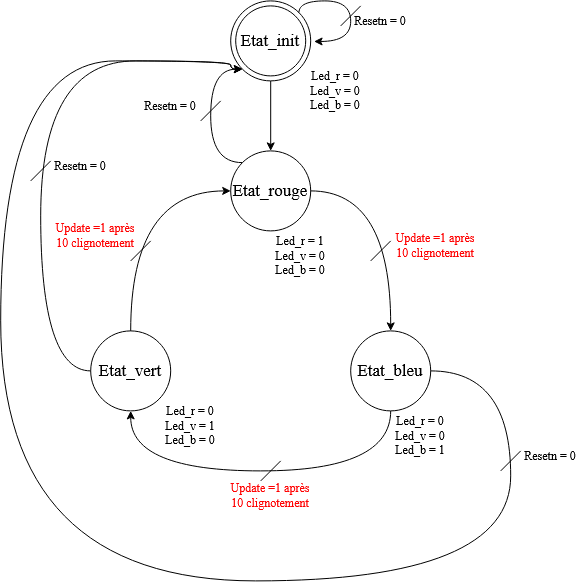
The draw.io diagram TP5_Cross_clock_domain/TP5_Machine_Etat.png in Chombac/POEI_FPGA_CC, before a commit. Source tidied: cells renumbered, new cells last; positions are measured from the earlier drawing's top-left corner, leaving out a move shared by most shapes. The source it was exported from:
```xml
<mxGraphModel>
  <root>
    <mxCell id="0" />
    <mxCell id="1" parent="0" />
    <mxCell id="2" style="edgeStyle=orthogonalEdgeStyle;rounded=0;jettySize=auto;html=1;exitX=0.5;exitY=1;exitDx=0;exitDy=0;" parent="1" edge="1" source="3" target="17">
      <mxGeometry relative="1" as="geometry" />
    </mxCell>
    <mxCell id="3" style="ellipse;whiteSpace=wrap;html=1;fontFamily=Times New Roman;fontSize=17;" parent="1" vertex="1">
      <mxGeometry x="230" width="80" height="80" as="geometry" />
    </mxCell>
    <mxCell id="4" style="ellipse;whiteSpace=wrap;html=1;fillColor=none;fontFamily=Times New Roman;fontSize=17;" parent="1" vertex="1">
      <mxGeometry x="235" y="5" width="70" height="70" as="geometry" />
    </mxCell>
    <mxCell id="5" style="edgeStyle=orthogonalEdgeStyle;rounded=0;jettySize=auto;html=1;entryX=0.5;entryY=1;entryDx=0;entryDy=0;curved=1;" parent="1" edge="1" source="7" target="14">
      <mxGeometry relative="1" as="geometry">
        <Array as="points">
          <mxPoint x="390" y="470" />
          <mxPoint x="130" y="470" />
        </Array>
      </mxGeometry>
    </mxCell>
    <mxCell id="6" style="edgeStyle=orthogonalEdgeStyle;rounded=0;jettySize=auto;html=1;exitX=1;exitY=0.5;exitDx=0;exitDy=0;entryX=0;entryY=1;entryDx=0;entryDy=0;curved=1;" parent="1" edge="1" source="7" target="3">
      <mxGeometry relative="1" as="geometry">
        <Array as="points">
          <mxPoint x="510" y="370" />
          <mxPoint x="510" y="580" />
          <mxPoint y="580" />
          <mxPoint y="60" />
          <mxPoint x="230" y="60" />
          <mxPoint x="230" y="68.3" />
        </Array>
      </mxGeometry>
    </mxCell>
    <mxCell id="7" style="ellipse;whiteSpace=wrap;html=1;fontFamily=Times New Roman;fontSize=17;" parent="1" vertex="1">
      <mxGeometry x="350" y="330" width="80" height="80" as="geometry" />
    </mxCell>
    <mxCell id="8" value="Etat_init" style="text;html=1;whiteSpace=wrap;strokeColor=none;fillColor=none;align=center;verticalAlign=middle;rounded=0;fontFamily=Times New Roman;fontSize=17;" parent="1" vertex="1">
      <mxGeometry x="240" y="25" width="60" height="30" as="geometry" />
    </mxCell>
    <mxCell id="9" value="Etat_bleu" style="text;html=1;whiteSpace=wrap;strokeColor=none;fillColor=none;align=center;verticalAlign=middle;rounded=0;fontFamily=Times New Roman;fontSize=17;" parent="1" vertex="1">
      <mxGeometry x="360" y="355" width="60" height="30" as="geometry" />
    </mxCell>
    <mxCell id="10" style="edgeStyle=orthogonalEdgeStyle;rounded=0;jettySize=auto;html=1;exitX=0.5;exitY=0;exitDx=0;exitDy=0;entryX=0;entryY=0.5;entryDx=0;entryDy=0;strokeColor=none;curved=1;" parent="1" edge="1" source="14" target="3">
      <mxGeometry relative="1" as="geometry" />
    </mxCell>
    <mxCell id="11" style="edgeStyle=orthogonalEdgeStyle;rounded=0;jettySize=auto;html=1;entryX=0;entryY=0.5;entryDx=0;entryDy=0;strokeColor=none;curved=1;" parent="1" edge="1" source="14" target="17">
      <mxGeometry relative="1" as="geometry">
        <Array as="points">
          <mxPoint x="130" y="190" />
        </Array>
      </mxGeometry>
    </mxCell>
    <mxCell id="12" style="edgeStyle=orthogonalEdgeStyle;rounded=0;jettySize=auto;html=1;entryX=0;entryY=0.5;entryDx=0;entryDy=0;curved=1;" parent="1" edge="1" source="14" target="17">
      <mxGeometry relative="1" as="geometry">
        <Array as="points">
          <mxPoint x="130" y="190" />
        </Array>
      </mxGeometry>
    </mxCell>
    <mxCell id="13" style="edgeStyle=orthogonalEdgeStyle;rounded=0;jettySize=auto;html=1;exitX=0;exitY=0.5;exitDx=0;exitDy=0;curved=1;entryX=0;entryY=1;entryDx=0;entryDy=0;" parent="1" edge="1" source="14" target="3">
      <mxGeometry relative="1" as="geometry">
        <Array as="points">
          <mxPoint x="40" y="370" />
          <mxPoint x="40" y="60" />
          <mxPoint x="230" y="60" />
          <mxPoint x="230" y="68.3" />
        </Array>
      </mxGeometry>
    </mxCell>
    <mxCell id="14" style="ellipse;whiteSpace=wrap;html=1;fontFamily=Times New Roman;fontSize=17;" parent="1" vertex="1">
      <mxGeometry x="90" y="330" width="80" height="80" as="geometry" />
    </mxCell>
    <mxCell id="15" value="Etat_vert" style="text;html=1;whiteSpace=wrap;strokeColor=none;fillColor=none;align=center;verticalAlign=middle;rounded=0;fontFamily=Times New Roman;fontSize=17;" parent="1" vertex="1">
      <mxGeometry x="100" y="355" width="60" height="30" as="geometry" />
    </mxCell>
    <mxCell id="16" style="edgeStyle=orthogonalEdgeStyle;rounded=0;jettySize=auto;html=1;exitX=0;exitY=0;exitDx=0;exitDy=0;entryX=0;entryY=1;entryDx=0;entryDy=0;curved=1;" parent="1" edge="1" source="17" target="3">
      <mxGeometry relative="1" as="geometry">
        <Array as="points">
          <mxPoint x="210" y="161.9" />
          <mxPoint x="210" y="68.6" />
        </Array>
      </mxGeometry>
    </mxCell>
    <mxCell id="17" style="ellipse;whiteSpace=wrap;html=1;fontFamily=Times New Roman;fontSize=17;" parent="1" vertex="1">
      <mxGeometry x="230" y="150" width="80" height="80" as="geometry" />
    </mxCell>
    <mxCell id="18" style="edgeStyle=orthogonalEdgeStyle;rounded=0;jettySize=auto;html=1;entryX=0.5;entryY=0;entryDx=0;entryDy=0;curved=1;exitX=1;exitY=0.5;exitDx=0;exitDy=0;" parent="1" edge="1" source="17" target="7">
      <mxGeometry relative="1" as="geometry" />
    </mxCell>
    <mxCell id="19" value="Etat_rouge" style="text;html=1;whiteSpace=wrap;strokeColor=none;fillColor=none;align=center;verticalAlign=middle;rounded=0;fontFamily=Times New Roman;fontSize=17;" parent="1" vertex="1">
      <mxGeometry x="240" y="175" width="60" height="30" as="geometry" />
    </mxCell>
    <mxCell id="20" value="Update =1 après 10 clignotement" style="text;html=1;whiteSpace=wrap;strokeColor=none;fillColor=none;align=center;verticalAlign=middle;rounded=0;fontColor=#FF0000;fontFamily=Times New Roman;" parent="1" vertex="1">
      <mxGeometry x="390" y="230" width="90" height="30" as="geometry" />
    </mxCell>
    <mxCell id="21" style="edgeStyle=orthogonalEdgeStyle;rounded=0;orthogonalLoop=1;jettySize=auto;html=1;innerLoopWaypoints=1;exitX=1;exitY=0;exitDx=0;exitDy=0;entryX=1.042;entryY=0.507;entryDx=0;entryDy=0;entryPerimeter=0;curved=1;" parent="1" edge="1" source="3" target="3">
      <mxGeometry relative="1" as="geometry">
        <Array as="points">
          <mxPoint x="298.1" />
          <mxPoint x="350" />
          <mxPoint x="350" y="40.6" />
        </Array>
      </mxGeometry>
    </mxCell>
    <mxCell id="22" value="Resetn = 0" style="text;html=1;whiteSpace=wrap;strokeColor=none;fillColor=none;align=center;verticalAlign=middle;rounded=0;fontFamily=Times New Roman;" parent="1" vertex="1">
      <mxGeometry x="350" y="5" width="60" height="30" as="geometry" />
    </mxCell>
    <mxCell id="23" value="&lt;div&gt;Led_r = 1&lt;/div&gt;&lt;div&gt;Led_v = 0&lt;/div&gt;&lt;div&gt;Led_b = 0&lt;/div&gt;" style="text;html=1;whiteSpace=wrap;strokeColor=none;fillColor=none;align=center;verticalAlign=middle;rounded=0;fontFamily=Times New Roman;" parent="1" vertex="1">
      <mxGeometry x="270" y="240" width="60" height="30" as="geometry" />
    </mxCell>
    <mxCell id="24" value="&lt;div&gt;Led_r = 0&lt;/div&gt;&lt;div&gt;Led_v = 0&lt;/div&gt;&lt;div&gt;Led_b = 0&lt;/div&gt;" style="text;html=1;whiteSpace=wrap;strokeColor=none;fillColor=none;align=center;verticalAlign=middle;rounded=0;fontFamily=Times New Roman;" parent="1" vertex="1">
      <mxGeometry x="305" y="75" width="60" height="30" as="geometry" />
    </mxCell>
    <mxCell id="25" value="&lt;div&gt;Led_r = 0&lt;/div&gt;&lt;div&gt;Led_v = 0&lt;/div&gt;&lt;div&gt;Led_b = 1&lt;/div&gt;" style="text;html=1;whiteSpace=wrap;strokeColor=none;fillColor=none;align=center;verticalAlign=middle;rounded=0;fontFamily=Times New Roman;" parent="1" vertex="1">
      <mxGeometry x="390" y="420" width="60" height="30" as="geometry" />
    </mxCell>
    <mxCell id="26" value="&lt;div&gt;Led_r = 0&lt;/div&gt;&lt;div&gt;Led_v = 1&lt;/div&gt;&lt;div&gt;Led_b = 0&lt;/div&gt;" style="text;html=1;whiteSpace=wrap;strokeColor=none;fillColor=none;align=center;verticalAlign=middle;rounded=0;fontFamily=Times New Roman;" parent="1" vertex="1">
      <mxGeometry x="160" y="410" width="60" height="30" as="geometry" />
    </mxCell>
    <mxCell id="27" value="Update =1 après 10 clignotement" style="text;html=1;whiteSpace=wrap;strokeColor=none;fillColor=none;align=center;verticalAlign=middle;rounded=0;fontColor=#FF0000;fontFamily=Times New Roman;" parent="1" vertex="1">
      <mxGeometry x="225" y="480" width="90" height="30" as="geometry" />
    </mxCell>
    <mxCell id="28" value="Update =1 après 10 clignotement" style="text;html=1;whiteSpace=wrap;strokeColor=none;fillColor=none;align=center;verticalAlign=middle;rounded=0;fontColor=#FF0000;fontFamily=Times New Roman;" parent="1" vertex="1">
      <mxGeometry x="50" y="220" width="90" height="30" as="geometry" />
    </mxCell>
    <mxCell id="29" value="&lt;div&gt;Resetn = 0&lt;/div&gt;" style="text;html=1;whiteSpace=wrap;strokeColor=none;fillColor=none;align=center;verticalAlign=middle;rounded=0;fontFamily=Times New Roman;" parent="1" vertex="1">
      <mxGeometry x="520" y="440" width="60" height="30" as="geometry" />
    </mxCell>
    <mxCell id="30" value="&lt;div&gt;Resetn = 0&lt;/div&gt;" style="text;html=1;whiteSpace=wrap;strokeColor=none;fillColor=none;align=center;verticalAlign=middle;rounded=0;fontFamily=Times New Roman;" parent="1" vertex="1">
      <mxGeometry x="50" y="150" width="60" height="30" as="geometry" />
    </mxCell>
    <mxCell id="31" value="&lt;div&gt;Resetn = 0&lt;/div&gt;" style="text;html=1;whiteSpace=wrap;strokeColor=none;fillColor=none;align=center;verticalAlign=middle;rounded=0;fontFamily=Times New Roman;" parent="1" vertex="1">
      <mxGeometry x="140" y="90" width="60" height="30" as="geometry" />
    </mxCell>
    <mxCell id="32" style="endArrow=none;html=1;rounded=0;" parent="1" edge="1">
      <mxGeometry relative="1" as="geometry">
        <mxPoint x="370" y="260" as="sourcePoint" />
        <mxPoint x="390" y="240" as="targetPoint" />
      </mxGeometry>
    </mxCell>
    <mxCell id="33" style="endArrow=none;html=1;rounded=0;" parent="1" edge="1">
      <mxGeometry relative="1" as="geometry">
        <mxPoint x="260" y="480" as="sourcePoint" />
        <mxPoint x="280" y="460" as="targetPoint" />
      </mxGeometry>
    </mxCell>
    <mxCell id="34" style="endArrow=none;html=1;rounded=0;" parent="1" edge="1">
      <mxGeometry relative="1" as="geometry">
        <mxPoint x="500" y="470" as="sourcePoint" />
        <mxPoint x="520" y="450" as="targetPoint" />
      </mxGeometry>
    </mxCell>
    <mxCell id="35" style="endArrow=none;html=1;rounded=0;" parent="1" edge="1">
      <mxGeometry relative="1" as="geometry">
        <mxPoint x="130" y="260" as="sourcePoint" />
        <mxPoint x="150" y="240" as="targetPoint" />
      </mxGeometry>
    </mxCell>
    <mxCell id="36" style="endArrow=none;html=1;rounded=0;" parent="1" edge="1">
      <mxGeometry relative="1" as="geometry">
        <mxPoint x="200" y="120" as="sourcePoint" />
        <mxPoint x="220" y="100" as="targetPoint" />
      </mxGeometry>
    </mxCell>
    <mxCell id="37" style="endArrow=none;html=1;rounded=0;" parent="1" edge="1">
      <mxGeometry relative="1" as="geometry">
        <mxPoint x="30" y="180" as="sourcePoint" />
        <mxPoint x="50" y="160" as="targetPoint" />
      </mxGeometry>
    </mxCell>
    <mxCell id="38" style="endArrow=none;html=1;rounded=0;" parent="1" edge="1">
      <mxGeometry relative="1" as="geometry">
        <mxPoint x="340" y="25" as="sourcePoint" />
        <mxPoint x="360" y="5" as="targetPoint" />
      </mxGeometry>
    </mxCell>
  </root>
</mxGraphModel>
```
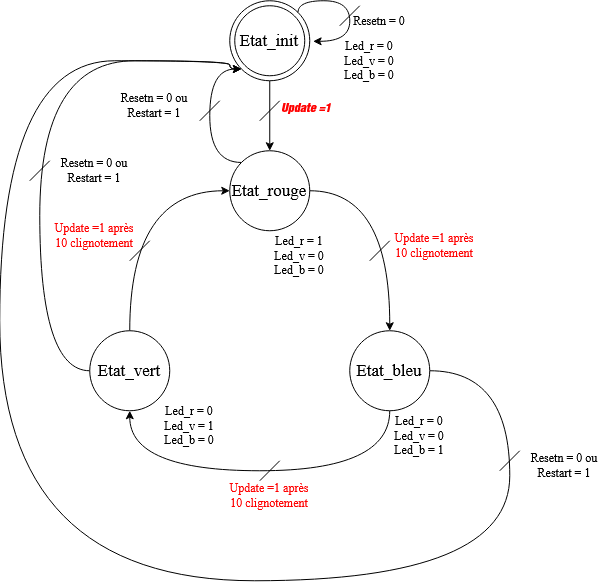
The same diagram one commit later.

Diff of the diagram source:
```diff
@@ -109,7 +109,7 @@
       <mxGeometry x="270" y="240" width="60" height="30" as="geometry" />
     </mxCell>
     <mxCell id="24" value="&lt;div&gt;Led_r = 0&lt;/div&gt;&lt;div&gt;Led_v = 0&lt;/div&gt;&lt;div&gt;Led_b = 0&lt;/div&gt;" style="text;html=1;whiteSpace=wrap;strokeColor=none;fillColor=none;align=center;verticalAlign=middle;rounded=0;fontFamily=Times New Roman;" parent="1" vertex="1">
-      <mxGeometry x="305" y="75" width="60" height="30" as="geometry" />
+      <mxGeometry x="340" y="45" width="60" height="30" as="geometry" />
     </mxCell>
     <mxCell id="25" value="&lt;div&gt;Led_r = 0&lt;/div&gt;&lt;div&gt;Led_v = 0&lt;/div&gt;&lt;div&gt;Led_b = 1&lt;/div&gt;" style="text;html=1;whiteSpace=wrap;strokeColor=none;fillColor=none;align=center;verticalAlign=middle;rounded=0;fontFamily=Times New Roman;" parent="1" vertex="1">
       <mxGeometry x="390" y="420" width="60" height="30" as="geometry" />
@@ -123,14 +123,8 @@
     <mxCell id="28" value="Update =1 après 10 clignotement" style="text;html=1;whiteSpace=wrap;strokeColor=none;fillColor=none;align=center;verticalAlign=middle;rounded=0;fontColor=#FF0000;fontFamily=Times New Roman;" parent="1" vertex="1">
       <mxGeometry x="50" y="220" width="90" height="30" as="geometry" />
     </mxCell>
-    <mxCell id="29" value="&lt;div&gt;Resetn = 0&lt;/div&gt;" style="text;html=1;whiteSpace=wrap;strokeColor=none;fillColor=none;align=center;verticalAlign=middle;rounded=0;fontFamily=Times New Roman;" parent="1" vertex="1">
-      <mxGeometry x="520" y="440" width="60" height="30" as="geometry" />
-    </mxCell>
-    <mxCell id="30" value="&lt;div&gt;Resetn = 0&lt;/div&gt;" style="text;html=1;whiteSpace=wrap;strokeColor=none;fillColor=none;align=center;verticalAlign=middle;rounded=0;fontFamily=Times New Roman;" parent="1" vertex="1">
-      <mxGeometry x="50" y="150" width="60" height="30" as="geometry" />
-    </mxCell>
-    <mxCell id="31" value="&lt;div&gt;Resetn = 0&lt;/div&gt;" style="text;html=1;whiteSpace=wrap;strokeColor=none;fillColor=none;align=center;verticalAlign=middle;rounded=0;fontFamily=Times New Roman;" parent="1" vertex="1">
-      <mxGeometry x="140" y="90" width="60" height="30" as="geometry" />
+    <mxCell id="31" value="&lt;div&gt;Resetn = 0 ou Restart = 1&lt;/div&gt;" style="text;html=1;whiteSpace=wrap;strokeColor=none;fillColor=none;align=center;verticalAlign=middle;rounded=0;fontFamily=Times New Roman;" parent="1" vertex="1">
+      <mxGeometry x="110" y="90" width="90" height="30" as="geometry" />
     </mxCell>
     <mxCell id="32" style="endArrow=none;html=1;rounded=0;" parent="1" edge="1">
       <mxGeometry relative="1" as="geometry">
@@ -174,5 +168,20 @@
         <mxPoint x="360" y="5" as="targetPoint" />
       </mxGeometry>
     </mxCell>
+    <mxCell id="39" value="&lt;div&gt;Resetn = 0 ou Restart = 1&lt;/div&gt;" style="text;html=1;whiteSpace=wrap;strokeColor=none;fillColor=none;align=center;verticalAlign=middle;rounded=0;fontFamily=Times New Roman;" parent="1" vertex="1">
+      <mxGeometry x="50" y="155" width="90" height="30" as="geometry" />
+    </mxCell>
+    <mxCell id="40" value="&lt;div&gt;Resetn = 0 ou Restart = 1&lt;/div&gt;" style="text;html=1;whiteSpace=wrap;strokeColor=none;fillColor=none;align=center;verticalAlign=middle;rounded=0;fontFamily=Times New Roman;" parent="1" vertex="1">
+      <mxGeometry x="520" y="450" width="90" height="30" as="geometry" />
+    </mxCell>
+    <mxCell id="41" style="endArrow=none;html=1;rounded=0;" parent="1" edge="1">
+      <mxGeometry relative="1" as="geometry">
+        <mxPoint x="260" y="120" as="sourcePoint" />
+        <mxPoint x="280" y="100" as="targetPoint" />
+      </mxGeometry>
+    </mxCell>
+    <mxCell id="42" value="&lt;span style=&quot;color: rgb(255, 0, 0);&quot;&gt;Update =1&lt;/span&gt;" style="text;whiteSpace=wrap;html=1;" parent="1" vertex="1">
+      <mxGeometry x="280" y="93" width="80" height="40" as="geometry" />
+    </mxCell>
   </root>
 </mxGraphModel>
```
